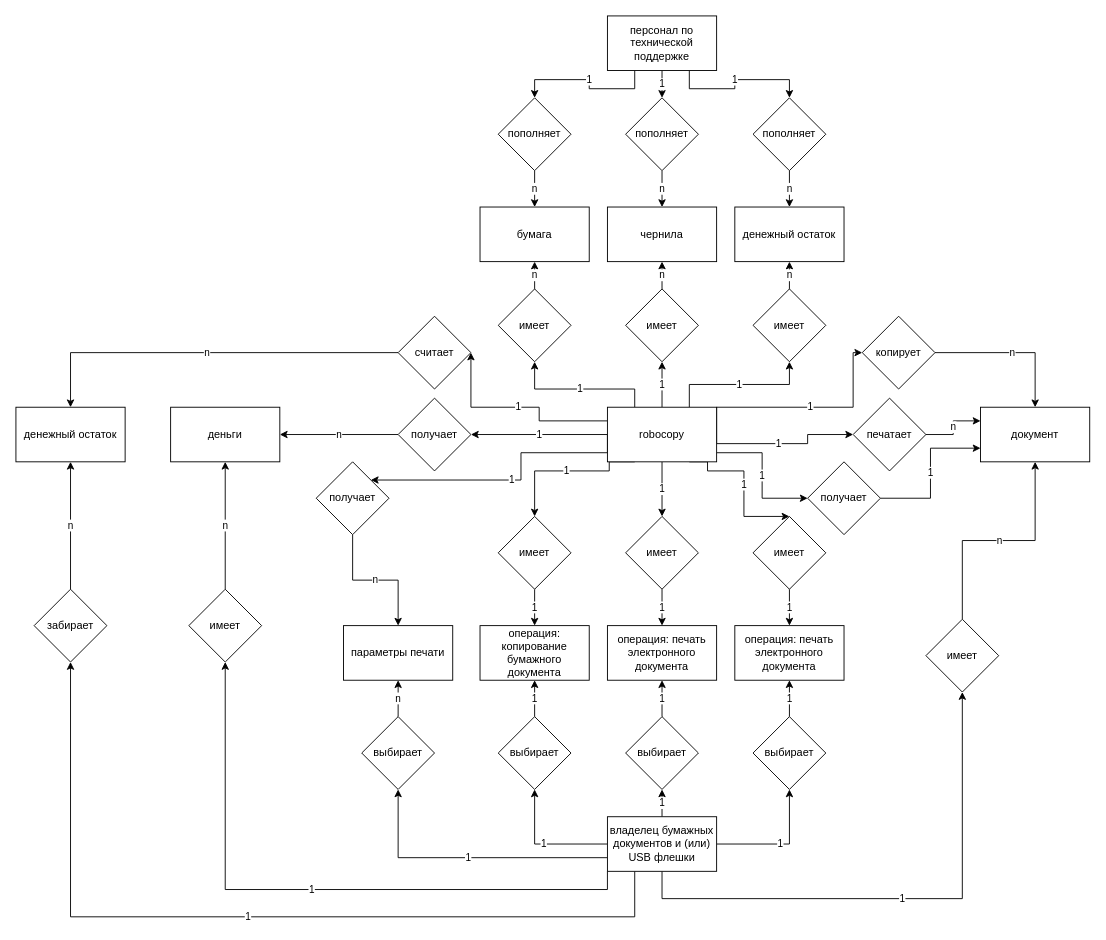
Above: er/er.drawio in sazro19/PPwIS_UML (draw.io), before the change. Source tidied: cells renumbered, new cells numbered last; positions are measured from the earlier drawing's top-left corner, leaving out a move shared by most shapes. Both pictures are drawn from the tidied source at 91%, with x=0, y=0 at pixel (15, 15).
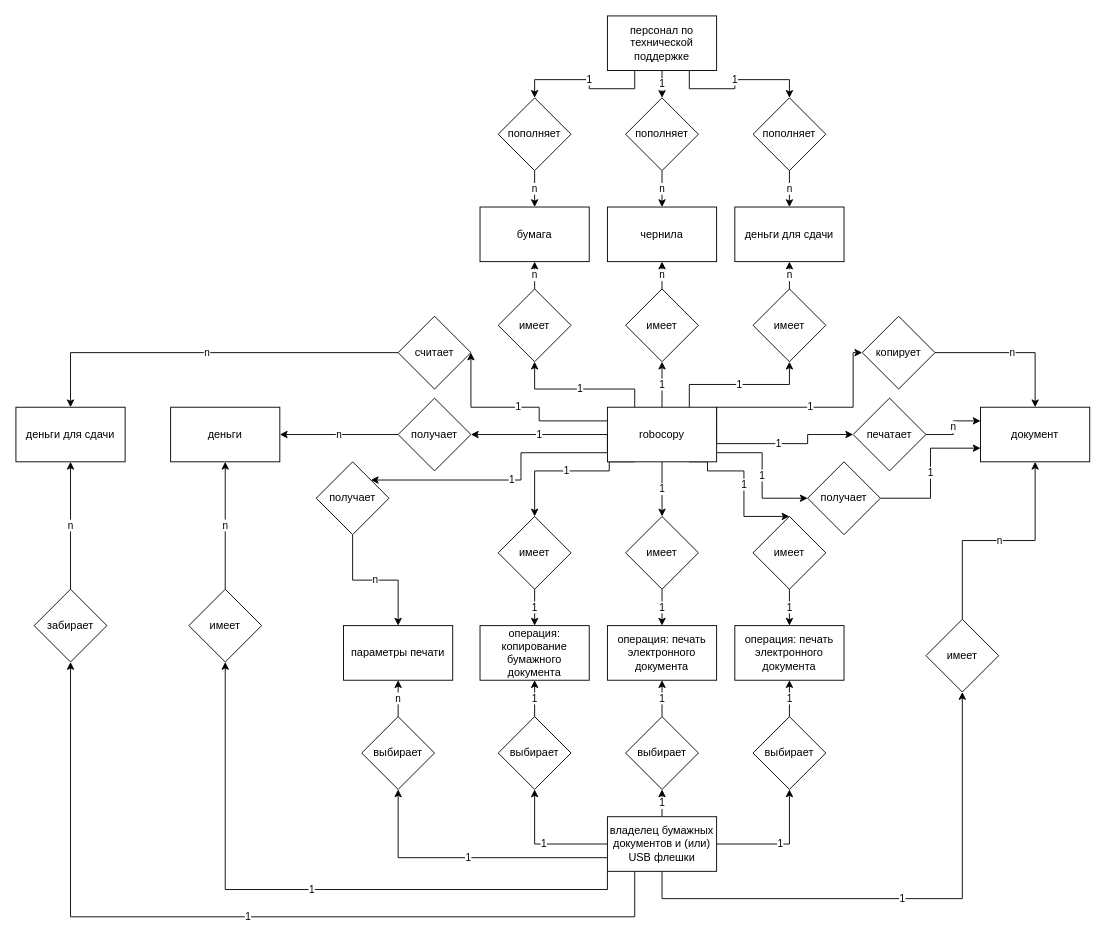
The same page after the edit.

Commit message (it also covers changes not shown here):
modified er diagram, created dir for class diagramm, there is new class diagram

The edit, as a diff of the source:
```diff
@@
-    <mxCell id="59" value="денежный остаток" style="rounded=0;whiteSpace=wrap;html=1;" parent="1" vertex="1">
+    <mxCell id="59" value="деньги для сдачи" style="rounded=0;whiteSpace=wrap;html=1;" parent="1" vertex="1">
       <mxGeometry y="430" width="120" height="60" as="geometry" />
     </mxCell>
@@
-    <mxCell id="69" value="денежный остаток" style="rounded=0;whiteSpace=wrap;html=1;" parent="1" vertex="1">
+    <mxCell id="69" value="деньги для сдачи" style="rounded=0;whiteSpace=wrap;html=1;" parent="1" vertex="1">
       <mxGeometry x="790" y="210" width="120" height="60" as="geometry" />
     </mxCell>
```
